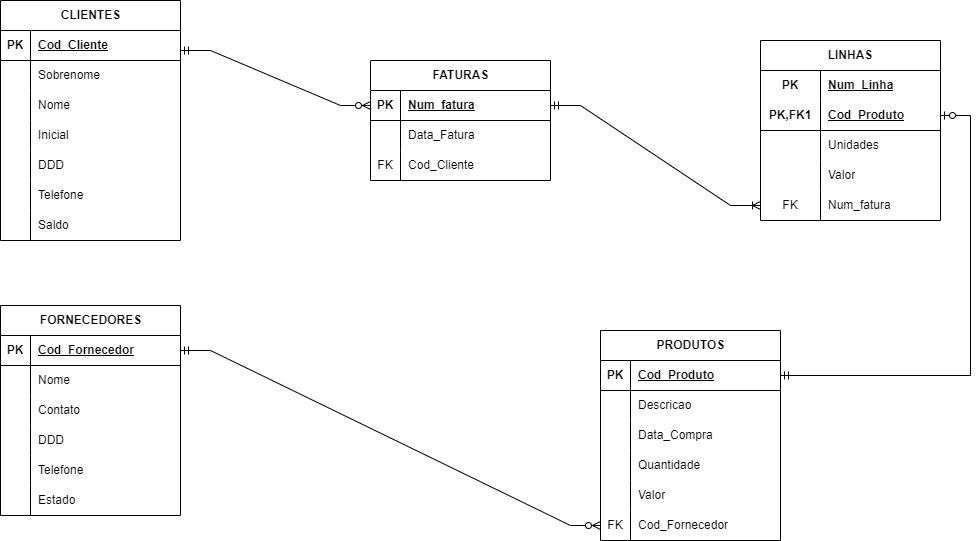
This is DER - Drawio.png from filipe-tec/CJOBDD2, a draw.io export, as it was before one commit. Source tidied: cells renumbered, new cells last; positions are measured from the earlier drawing's top-left corner, leaving out a move shared by most shapes.
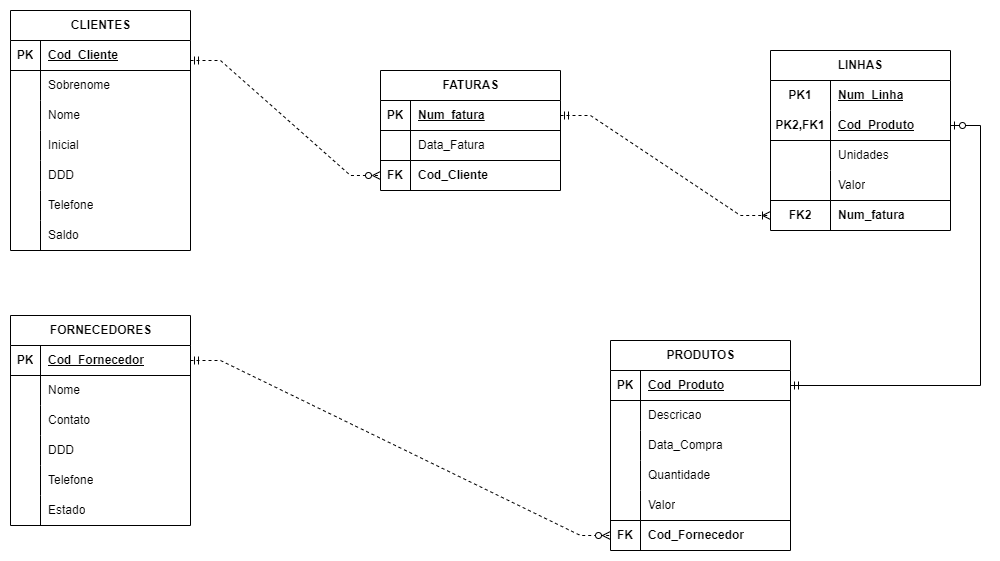
Above is the later version.

Diff of the diagram source:
```diff
@@ -92,10 +92,10 @@
     <mxCell id="31" style="shape=tableRow;horizontal=0;startSize=0;swimlaneHead=0;swimlaneBody=0;fillColor=none;points=[[0,0.5],[1,0.5]];portConstraint=eastwest;top=0;left=0;right=0;bottom=0;" parent="24" vertex="1">
       <mxGeometry y="90" width="180" height="30" as="geometry" />
     </mxCell>
-    <mxCell id="32" value="FK" style="shape=partialRectangle;fillColor=none;top=0;left=0;bottom=0;right=0;overflow=hidden;whiteSpace=wrap;html=1;shadow=0;" parent="31" vertex="1">
+    <mxCell id="32" value="&lt;b&gt;FK&lt;/b&gt;" style="shape=partialRectangle;fillColor=none;top=1;left=0;bottom=0;right=0;overflow=hidden;whiteSpace=wrap;html=1;shadow=0;" parent="31" vertex="1">
       <mxGeometry width="30" height="30" as="geometry" />
     </mxCell>
-    <mxCell id="33" value="Cod_Cliente" style="shape=partialRectangle;fillColor=none;top=0;left=0;bottom=0;right=0;align=left;spacingLeft=6;overflow=hidden;whiteSpace=wrap;html=1;shadow=0;" parent="31" vertex="1">
+    <mxCell id="33" value="&lt;b&gt;Cod_Cliente&lt;/b&gt;" style="shape=partialRectangle;fillColor=none;top=1;left=0;bottom=0;right=0;align=left;spacingLeft=6;overflow=hidden;whiteSpace=wrap;html=1;shadow=0;" parent="31" vertex="1">
       <mxGeometry x="30" width="150" height="30" as="geometry" />
     </mxCell>
     <mxCell id="34" value="FORNECEDORES" style="shape=table;startSize=30;rowLines=0;fontStyle=1;align=center;html=1;" parent="1" vertex="1">
@@ -206,10 +206,10 @@
     <mxCell id="69" style="shape=tableRow;horizontal=0;startSize=0;swimlaneHead=0;swimlaneBody=0;fillColor=none;points=[[0,0.5],[1,0.5]];portConstraint=eastwest;top=0;left=0;right=0;bottom=0;" parent="53" vertex="1">
       <mxGeometry y="180" width="180" height="30" as="geometry" />
     </mxCell>
-    <mxCell id="70" value="FK" style="shape=partialRectangle;fillColor=none;top=0;left=0;bottom=0;right=0;overflow=hidden;whiteSpace=wrap;html=1;" parent="69" vertex="1">
+    <mxCell id="70" value="&lt;b&gt;FK&lt;/b&gt;" style="shape=partialRectangle;fillColor=none;top=1;left=0;bottom=0;right=0;overflow=hidden;whiteSpace=wrap;html=1;" parent="69" vertex="1">
       <mxGeometry width="30" height="30" as="geometry" />
     </mxCell>
-    <mxCell id="71" value="Cod_Fornecedor" style="shape=partialRectangle;fillColor=none;top=0;left=0;bottom=0;right=0;align=left;spacingLeft=6;overflow=hidden;whiteSpace=wrap;html=1;" parent="69" vertex="1">
+    <mxCell id="71" value="&lt;b&gt;Cod_Fornecedor&lt;/b&gt;" style="shape=partialRectangle;fillColor=none;top=1;left=0;bottom=0;right=0;align=left;spacingLeft=6;overflow=hidden;whiteSpace=wrap;html=1;" parent="69" vertex="1">
       <mxGeometry x="30" width="150" height="30" as="geometry" />
     </mxCell>
     <mxCell id="72" value="LINHAS" style="shape=table;startSize=30;rowLines=0;fontStyle=1;align=center;html=1;whiteSpace=wrap;" parent="1" vertex="1">
@@ -218,7 +218,7 @@
     <mxCell id="73" style="shape=tableRow;horizontal=0;startSize=0;swimlaneHead=0;swimlaneBody=0;fillColor=none;top=0;left=0;right=0;bottom=0;html=1;" parent="72" vertex="1">
       <mxGeometry y="30" width="180" height="30" as="geometry" />
     </mxCell>
-    <mxCell id="74" value="PK" style="shape=partialRectangle;fillColor=none;top=0;left=0;bottom=0;right=0;fontStyle=1;overflow=hidden;html=1;whiteSpace=wrap;" parent="73" vertex="1">
+    <mxCell id="74" value="PK1" style="shape=partialRectangle;fillColor=none;top=0;left=0;bottom=0;right=0;fontStyle=1;overflow=hidden;html=1;whiteSpace=wrap;" parent="73" vertex="1">
       <mxGeometry width="60" height="30" as="geometry" />
     </mxCell>
     <mxCell id="75" value="Num_Linha" style="shape=partialRectangle;fillColor=none;top=0;left=0;bottom=0;right=0;align=left;spacingLeft=6;fontStyle=5;overflow=hidden;html=1;whiteSpace=wrap;" parent="73" vertex="1">
@@ -227,7 +227,7 @@
     <mxCell id="76" style="shape=tableRow;horizontal=0;startSize=0;swimlaneHead=0;swimlaneBody=0;fillColor=none;points=[[0,0.5],[1,0.5]];portConstraint=eastwest;top=0;left=0;right=0;bottom=1;html=1;" parent="72" vertex="1">
       <mxGeometry y="60" width="180" height="30" as="geometry" />
     </mxCell>
-    <mxCell id="77" value="PK,FK1" style="shape=partialRectangle;fillColor=none;top=0;left=0;bottom=0;right=0;fontStyle=1;overflow=hidden;html=1;whiteSpace=wrap;" parent="76" vertex="1">
+    <mxCell id="77" value="PK2,FK1" style="shape=partialRectangle;fillColor=none;top=0;left=0;bottom=0;right=0;fontStyle=1;overflow=hidden;html=1;whiteSpace=wrap;" parent="76" vertex="1">
       <mxGeometry width="60" height="30" as="geometry" />
     </mxCell>
     <mxCell id="78" value="Cod_Produto" style="shape=partialRectangle;fillColor=none;top=0;left=0;bottom=0;right=0;align=left;spacingLeft=6;fontStyle=5;overflow=hidden;html=1;whiteSpace=wrap;" parent="76" vertex="1">
@@ -251,16 +251,16 @@
     <mxCell id="84" value="Valor" style="shape=partialRectangle;fillColor=none;top=0;left=0;bottom=0;right=0;align=left;spacingLeft=6;overflow=hidden;html=1;whiteSpace=wrap;" parent="82" vertex="1">
       <mxGeometry x="60" width="120" height="30" as="geometry" />
     </mxCell>
-    <mxCell id="85" style="shape=tableRow;horizontal=0;startSize=0;swimlaneHead=0;swimlaneBody=0;fillColor=none;points=[[0,0.5],[1,0.5]];portConstraint=eastwest;top=0;left=0;right=0;bottom=0;html=1;" parent="72" vertex="1">
+    <mxCell id="85" style="shape=tableRow;horizontal=0;startSize=0;swimlaneHead=0;swimlaneBody=0;fillColor=none;points=[[0,0.5],[1,0.5]];portConstraint=eastwest;top=0;left=0;right=0;bottom=0;html=1;rounded=0;" parent="72" vertex="1">
       <mxGeometry y="150" width="180" height="30" as="geometry" />
     </mxCell>
-    <mxCell id="86" value="FK" style="shape=partialRectangle;fillColor=none;top=0;left=0;bottom=0;right=0;overflow=hidden;html=1;whiteSpace=wrap;" parent="85" vertex="1">
+    <mxCell id="86" value="&lt;b&gt;FK2&lt;/b&gt;" style="shape=partialRectangle;fillColor=none;top=1;left=0;bottom=0;right=0;overflow=hidden;html=1;whiteSpace=wrap;" parent="85" vertex="1">
       <mxGeometry width="60" height="30" as="geometry" />
     </mxCell>
-    <mxCell id="87" value="Num_fatura" style="shape=partialRectangle;fillColor=none;top=0;left=0;bottom=0;right=0;align=left;spacingLeft=6;overflow=hidden;html=1;whiteSpace=wrap;" parent="85" vertex="1">
+    <mxCell id="87" value="&lt;b&gt;Num_fatura&lt;/b&gt;" style="shape=partialRectangle;fillColor=none;top=1;left=0;bottom=0;right=0;align=left;spacingLeft=6;overflow=hidden;html=1;whiteSpace=wrap;" parent="85" vertex="1">
       <mxGeometry x="60" width="120" height="30" as="geometry" />
     </mxCell>
-    <mxCell id="88" style="edgeStyle=entityRelationEdgeStyle;fontSize=12;html=1;endArrow=ERzeroToMany;startArrow=ERmandOne;rounded=0;" parent="1" edge="1" target="25">
+    <mxCell id="88" style="edgeStyle=entityRelationEdgeStyle;fontSize=12;html=1;endArrow=ERzeroToMany;startArrow=ERmandOne;rounded=0;dashed=1;" parent="1" edge="1" target="31">
       <mxGeometry relative="1" as="geometry">
         <mxPoint x="180" y="50" as="sourcePoint" />
         <Array as="points">
@@ -268,7 +268,7 @@
         </Array>
       </mxGeometry>
     </mxCell>
-    <mxCell id="89" style="edgeStyle=entityRelationEdgeStyle;fontSize=12;html=1;endArrow=ERoneToMany;startArrow=ERmandOne;rounded=0;exitX=1;exitY=0.5;exitDx=0;exitDy=0;" parent="1" edge="1" source="25" target="85">
+    <mxCell id="89" style="edgeStyle=entityRelationEdgeStyle;fontSize=12;html=1;endArrow=ERoneToMany;startArrow=ERmandOne;rounded=0;exitX=1;exitY=0.5;exitDx=0;exitDy=0;dashed=1;" parent="1" edge="1" source="25" target="85">
       <mxGeometry relative="1" as="geometry" />
     </mxCell>
     <mxCell id="90" style="edgeStyle=entityRelationEdgeStyle;fontSize=12;html=1;endArrow=ERzeroToOne;startArrow=ERmandOne;rounded=0;" parent="1" edge="1" source="54" target="76">
@@ -279,7 +279,7 @@
         </Array>
       </mxGeometry>
     </mxCell>
-    <mxCell id="91" style="edgeStyle=entityRelationEdgeStyle;fontSize=12;html=1;endArrow=ERzeroToMany;startArrow=ERmandOne;rounded=0;" parent="1" edge="1" source="35" target="69">
+    <mxCell id="91" style="edgeStyle=entityRelationEdgeStyle;fontSize=12;html=1;endArrow=ERzeroToMany;startArrow=ERmandOne;rounded=0;dashed=1;" parent="1" edge="1" source="35" target="69">
       <mxGeometry relative="1" as="geometry">
         <Array as="points">
           <mxPoint x="550" y="485" />
```
